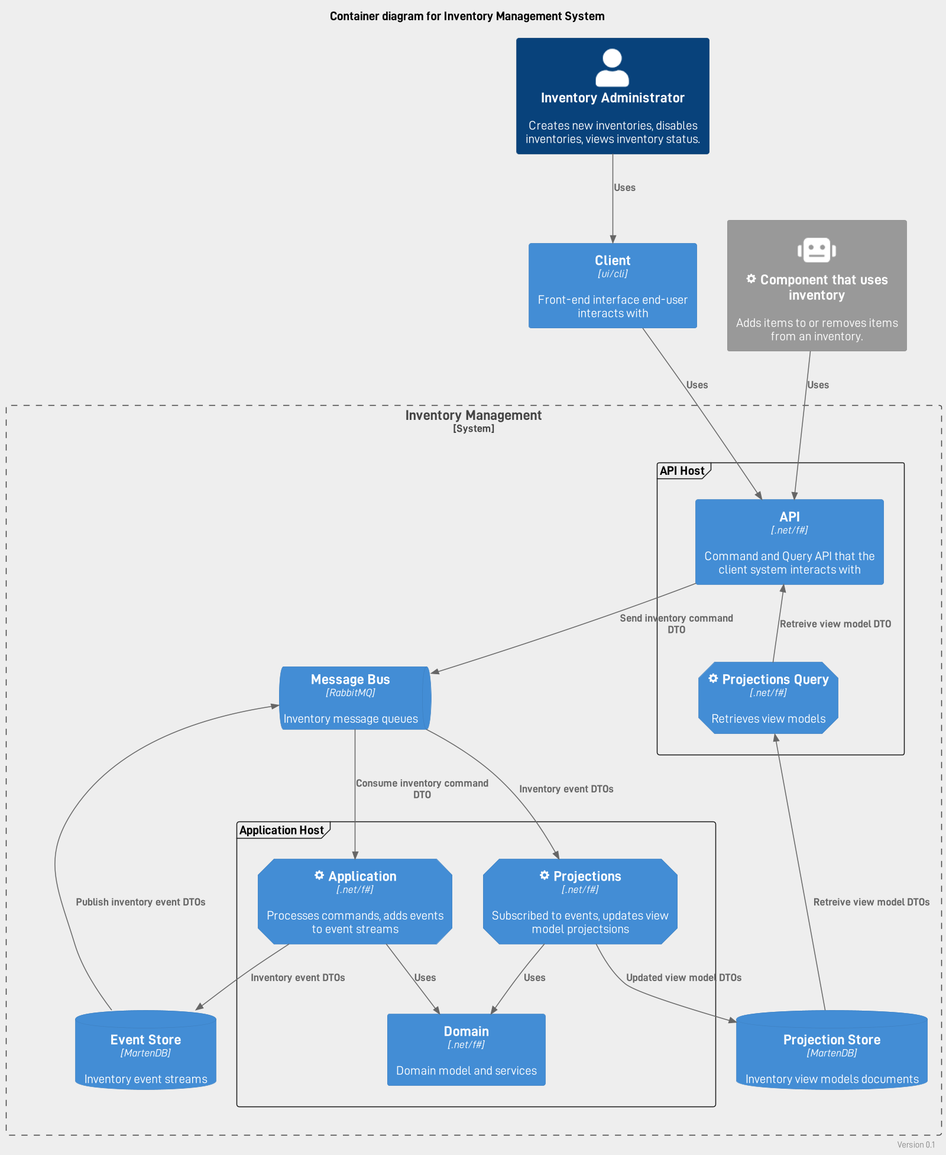
Above: doc/C4/container.png in iblazhko/cqrs-fsharp (PlantUML), before the change.
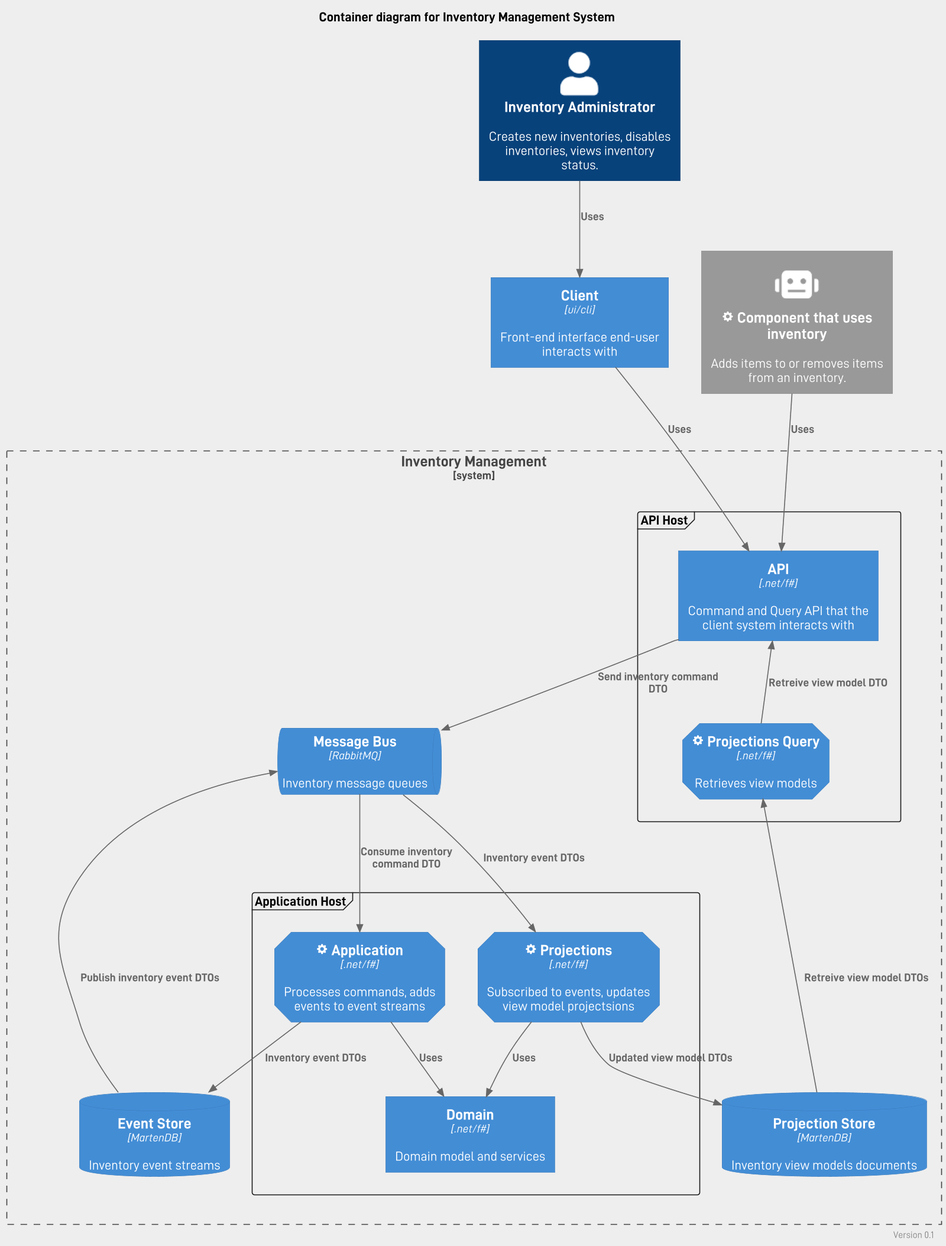
The same diagram one commit later.

The edit, as a diff of the source:
```diff
@@ -1,6 +1,7 @@
 @startuml Inventory System - Containers
 
-!include https://raw.githubusercontent.com/plantuml-stdlib/C4-PlantUML/master/C4_Container.puml
+!include <C4/C4_Container>
+
 skinparam defaultFontName "D-DIN"
 skinparam backgroundColor #EEEEEE
 scale 1600 width
```
